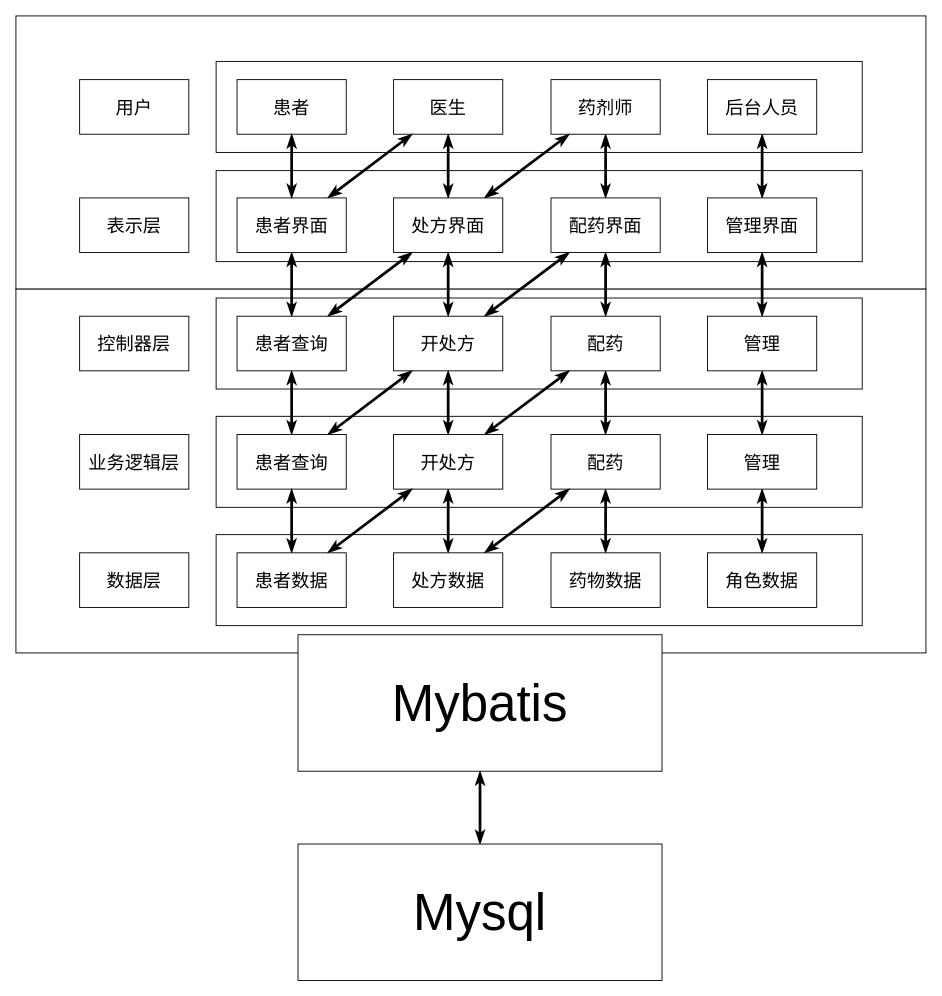
This is 系统总体架构图./系统总体架构图.drawio from yansiro145/-, a draw.io file, before an edit. Source tidied: cells renumbered, new cells numbered last; positions are measured from the earlier drawing's top-left corner, leaving out a move shared by most shapes. Both pictures are drawn from the tidied source at 91%, with x=0, y=0 at pixel (15, 15).
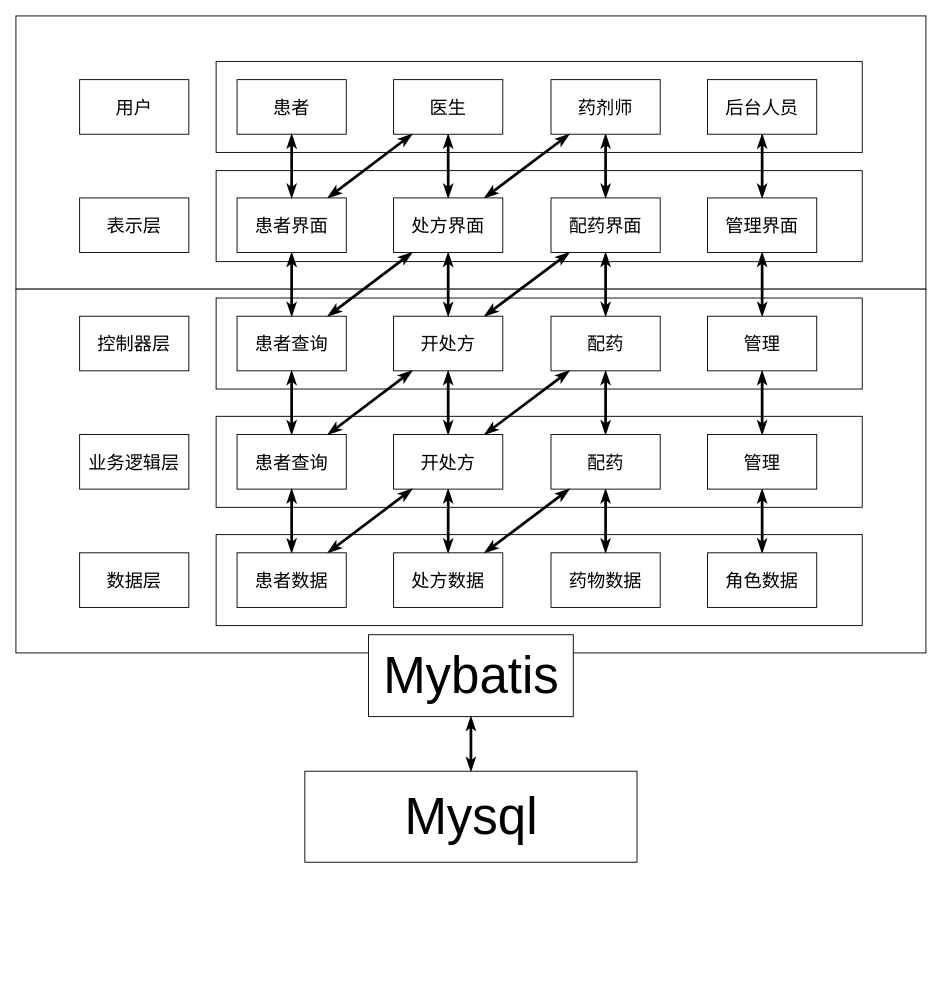
The same diagram, later.

Commit message:
Update 系统总体架构图.drawio

The edit, as a diff of the source:
```diff
@@
     <mxCell id="2" style="group;" parent="1" vertex="1">
-      <mxGeometry width="1000" height="740" as="geometry" />
+      <mxGeometry width="1000" height="770" as="geometry" />
     </mxCell>
@@
+    <mxCell id="60" value="&lt;font style=&quot;font-size: 56px&quot;&gt;Mybatis&lt;/font&gt;" style="rounded=0;whiteSpace=wrap;html=1;fontSize=20;" parent="2" vertex="1">
+      <mxGeometry x="387.5" y="680" width="225" height="90" as="geometry" />
+    </mxCell>
@@
-    <mxCell id="60" value="&lt;font style=&quot;font-size: 56px&quot;&gt;Mybatis&lt;/font&gt;" style="rounded=0;whiteSpace=wrap;html=1;fontSize=20;" parent="1" vertex="1">
-      <mxGeometry x="310" y="680" width="400" height="150" as="geometry" />
-    </mxCell>
     <mxCell id="61" value="&lt;span style=&quot;font-size: 56px&quot;&gt;Mysql&lt;/span&gt;" style="rounded=0;whiteSpace=wrap;html=1;fontSize=20;" parent="1" vertex="1">
-      <mxGeometry x="310" y="910" width="400" height="150" as="geometry" />
+      <mxGeometry x="317.5" y="830" width="365" height="100" as="geometry" />
     </mxCell>
```
